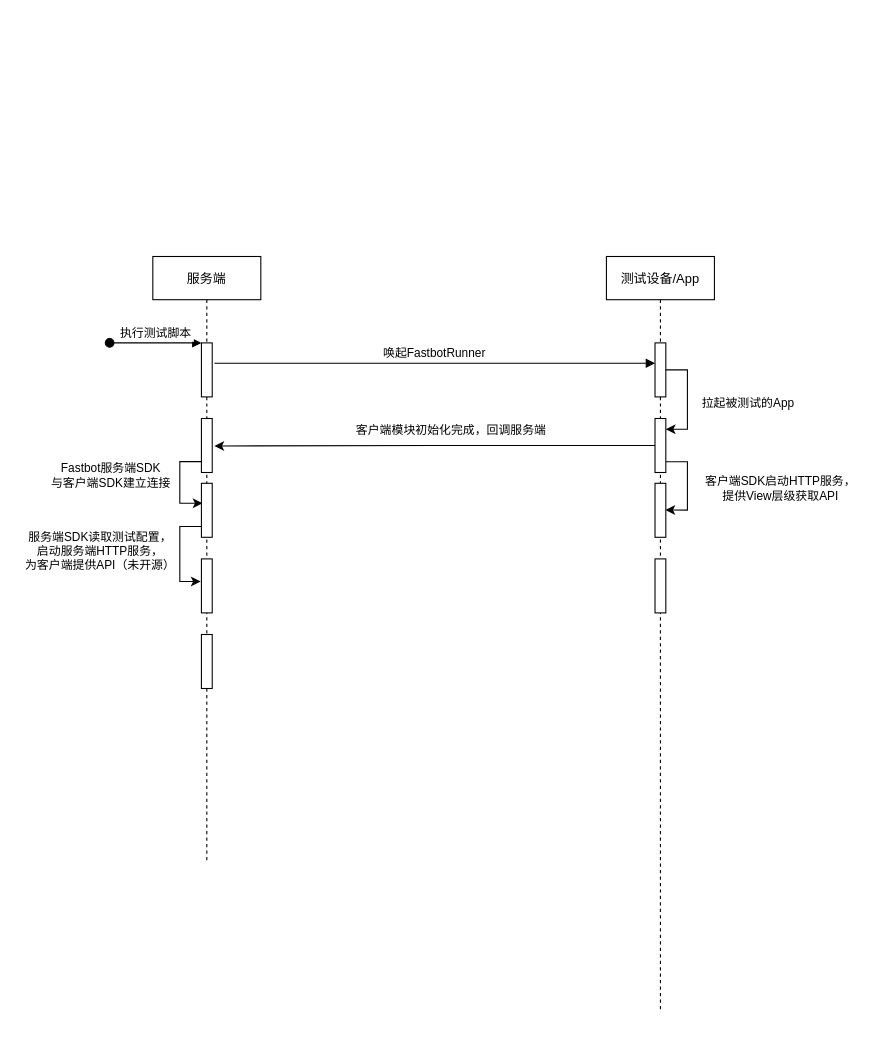
ginhoor/OnlineDocuments keeps this draw.io diagram as Doctor.Diagram.drawio. Above is the earlier version. Source tidied: cells renumbered, new cells numbered last; positions are measured from the earlier drawing's top-left corner, leaving out a move shared by most shapes. Both pictures are drawn from the tidied source at 108%, with x=0, y=0 at pixel (109, 256).
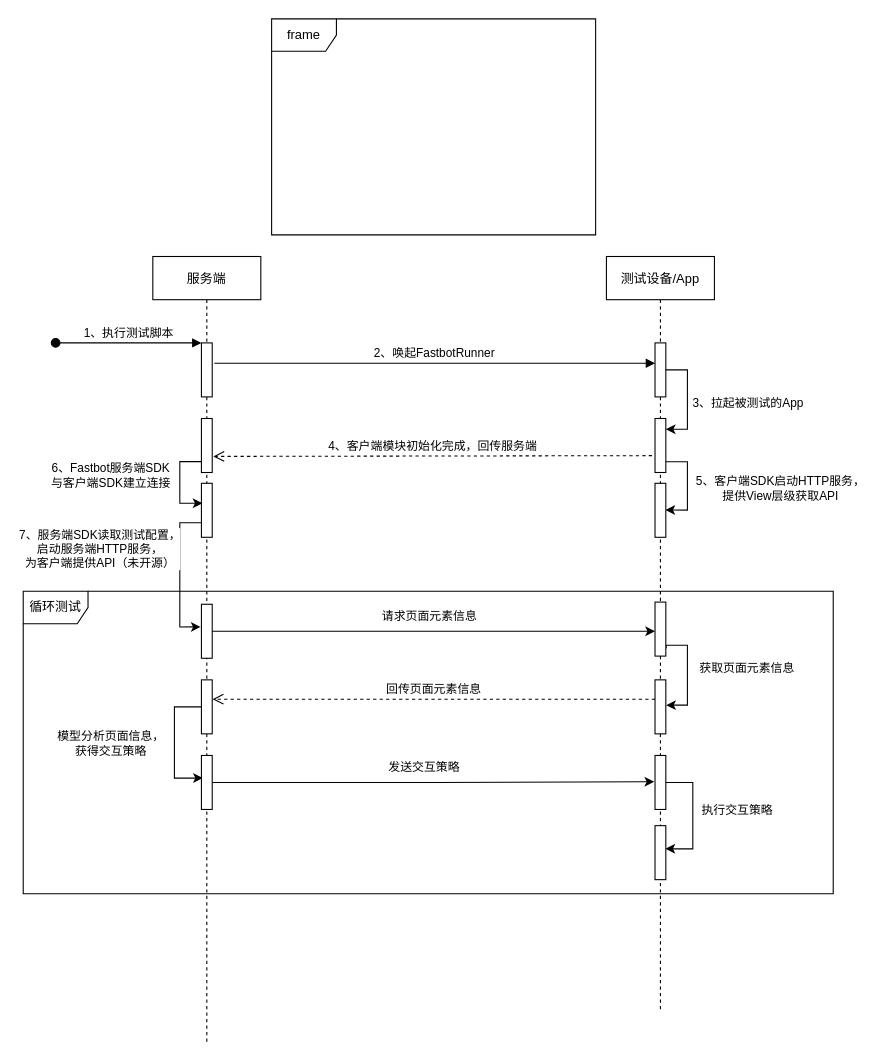
The same page after the edit.

Unchanged cells that the change refers to:
```xml
<mxCell id="3" style="points=[];perimeter=orthogonalPerimeter;rounded=0;shadow=0;strokeWidth=1;" parent="2" vertex="1">
  <mxGeometry x="45" y="80" width="10" height="50" as="geometry" />
</mxCell>
<mxCell id="5" style="edgeStyle=orthogonalEdgeStyle;rounded=0;jettySize=auto;html=1;entryX=0.1;entryY=0.508;entryDx=0;entryDy=0;entryPerimeter=0;exitX=-0.003;exitY=0.798;exitDx=0;exitDy=0;exitPerimeter=0;" parent="2" edge="1" source="7">
  <mxGeometry relative="1" as="geometry">
    <mxPoint x="46" y="228.4" as="targetPoint" />
    <Array as="points">
      <mxPoint x="25" y="190" />
      <mxPoint x="25" y="228" />
    </Array>
  </mxGeometry>
</mxCell>
<mxCell id="7" style="points=[];perimeter=orthogonalPerimeter;rounded=0;shadow=0;strokeWidth=1;" parent="2" vertex="1">
  <mxGeometry x="45" y="150" width="10" height="50" as="geometry" />
</mxCell>
<mxCell id="10" style="points=[];perimeter=orthogonalPerimeter;rounded=0;shadow=0;strokeWidth=1;" parent="2" vertex="1">
  <mxGeometry x="45" y="210" width="10" height="50" as="geometry" />
</mxCell>
<mxCell id="13" value="测试设备/App" style="shape=umlLifeline;perimeter=lifelinePerimeter;rounded=0;shadow=0;strokeWidth=1;" parent="1" vertex="1">
  <mxGeometry x="460" width="100" height="700" as="geometry" />
</mxCell>
<mxCell id="14" style="points=[];perimeter=orthogonalPerimeter;rounded=0;shadow=0;strokeWidth=1;" parent="13" vertex="1">
  <mxGeometry x="45" y="80" width="10" height="50" as="geometry" />
</mxCell>
<mxCell id="15" style="edgeStyle=orthogonalEdgeStyle;rounded=0;jettySize=auto;html=1;entryX=0.962;entryY=0.495;entryDx=0;entryDy=0;entryPerimeter=0;" parent="13" edge="1" source="17" target="20">
  <mxGeometry relative="1" as="geometry">
    <Array as="points">
      <mxPoint x="75" y="190" />
      <mxPoint x="75" y="235" />
    </Array>
  </mxGeometry>
</mxCell>
<mxCell id="17" style="points=[];perimeter=orthogonalPerimeter;rounded=0;shadow=0;strokeWidth=1;" parent="13" vertex="1">
  <mxGeometry x="45" y="150" width="10" height="50" as="geometry" />
</mxCell>
<mxCell id="18" style="edgeStyle=orthogonalEdgeStyle;rounded=0;jettySize=auto;html=1;" parent="13" edge="1" source="14" target="17">
  <mxGeometry relative="1" as="geometry">
    <Array as="points">
      <mxPoint x="75" y="105" />
      <mxPoint x="75" y="160" />
    </Array>
  </mxGeometry>
</mxCell>
```

What changed in the source:
```diff
@@
+    <mxCell id="25" value="循环测试" style="shape=umlFrame;whiteSpace=wrap;html=1;" parent="1" vertex="1">
+      <mxGeometry x="-80" y="310" width="750" height="280" as="geometry" />
+    </mxCell>
     <mxCell id="2" value="服务端" style="shape=umlLifeline;perimeter=lifelinePerimeter;rounded=0;shadow=0;strokeWidth=1;" parent="1" vertex="1">
-      <mxGeometry x="40" width="100" height="560" as="geometry" />
+      <mxGeometry x="40" width="100" height="730" as="geometry" />
     </mxCell>
@@
-    <mxCell id="4" value="执行测试脚本" style="verticalAlign=bottom;startArrow=oval;endArrow=block;startSize=8;shadow=0;strokeWidth=1;" parent="2" edge="1" target="3">
+    <mxCell id="4" value="1、执行测试脚本" style="verticalAlign=bottom;startArrow=oval;endArrow=block;startSize=8;shadow=0;strokeWidth=1;" parent="2" edge="1" target="3">
       <mxGeometry relative="1" as="geometry">
-        <mxPoint x="-40" y="80" as="sourcePoint" />
+        <mxPoint x="-90" y="80" as="sourcePoint" />
       </mxGeometry>
     </mxCell>
@@
-    <mxCell id="6" value="Fastbot服务端SDK&lt;br&gt;与客户端SDK建立连接" style="edgeLabel;html=1;align=center;verticalAlign=middle;" parent="5" vertex="1">
+    <mxCell id="6" value="6、Fastbot服务端SDK&lt;br&gt;与客户端SDK建立连接" style="edgeLabel;html=1;align=center;verticalAlign=middle;" parent="5" vertex="1">
       <mxGeometry x="0.08" y="1" relative="1" as="geometry">
         <mxPoint x="-66" y="-10" as="offset" />
       </mxGeometry>
     </mxCell>
@@
-    <mxCell id="8" style="edgeStyle=orthogonalEdgeStyle;rounded=0;jettySize=auto;html=1;entryX=-0.072;entryY=0.419;entryDx=0;entryDy=0;entryPerimeter=0;" parent="2" edge="1" source="10" target="11">
+    <mxCell id="8" style="edgeStyle=orthogonalEdgeStyle;rounded=0;jettySize=auto;html=1;entryX=-0.072;entryY=0.419;entryDx=0;entryDy=0;entryPerimeter=0;exitX=0.134;exitY=0.729;exitDx=0;exitDy=0;exitPerimeter=0;" parent="2" edge="1" source="10" target="11">
       <mxGeometry relative="1" as="geometry">
         <Array as="points">
-          <mxPoint x="25" y="250" />
-          <mxPoint x="25" y="301" />
+          <mxPoint x="25" y="247" />
+          <mxPoint x="25" y="343" />
         </Array>
       </mxGeometry>
     </mxCell>
-    <mxCell id="9" value="服务端SDK读取测试配置，&lt;br&gt;启动服务端HTTP服务，&lt;br&gt;为客户端提供API（未开源）" style="edgeLabel;html=1;align=center;verticalAlign=middle;" parent="8" vertex="1">
+    <mxCell id="9" value="7、服务端SDK读取测试配置，&lt;br&gt;启动服务端HTTP服务，&lt;br&gt;为客户端提供API（未开源）" style="edgeLabel;html=1;align=center;verticalAlign=middle;" parent="8" vertex="1">
       <mxGeometry x="-0.07" y="-1" relative="1" as="geometry">
-        <mxPoint x="-74" as="offset" />
+        <mxPoint x="-74" y="-19" as="offset" />
       </mxGeometry>
     </mxCell>
@@
     <mxCell id="11" style="points=[];perimeter=orthogonalPerimeter;rounded=0;shadow=0;strokeWidth=1;" parent="2" vertex="1">
-      <mxGeometry x="45" y="280" width="10" height="50" as="geometry" />
+      <mxGeometry x="45" y="322" width="10" height="50" as="geometry" />
     </mxCell>
+    <mxCell id="26" style="edgeStyle=orthogonalEdgeStyle;rounded=0;jettySize=auto;html=1;entryX=0.134;entryY=0.419;entryDx=0;entryDy=0;entryPerimeter=0;" parent="2" edge="1" source="12" target="28">
+      <mxGeometry relative="1" as="geometry">
+        <Array as="points">
+          <mxPoint x="20" y="417" />
+          <mxPoint x="20" y="483" />
+        </Array>
+      </mxGeometry>
+    </mxCell>
+    <mxCell id="27" value="模型分析页面信息，&lt;br&gt;获得交互策略" style="edgeLabel;html=1;align=center;verticalAlign=middle;" parent="26" vertex="1">
+      <mxGeometry x="-0.28" y="2" relative="1" as="geometry">
+        <mxPoint x="-62" y="16" as="offset" />
+      </mxGeometry>
+    </mxCell>
     <mxCell id="12" style="points=[];perimeter=orthogonalPerimeter;rounded=0;shadow=0;strokeWidth=1;" parent="2" vertex="1">
-      <mxGeometry x="45" y="350" width="10" height="50" as="geometry" />
+      <mxGeometry x="45" y="392" width="10" height="50" as="geometry" />
     </mxCell>
+    <mxCell id="28" style="points=[];perimeter=orthogonalPerimeter;rounded=0;shadow=0;strokeWidth=1;" parent="2" vertex="1">
+      <mxGeometry x="45" y="462" width="10" height="50" as="geometry" />
+    </mxCell>
@@
-    <mxCell id="16" value="客户端SDK启动HTTP服务，&lt;br&gt;提供View层级获取API" style="edgeLabel;html=1;align=center;verticalAlign=middle;" parent="15" vertex="1">
+    <mxCell id="16" value="5、客户端SDK启动HTTP服务，&lt;br&gt;提供View层级获取API" style="edgeLabel;html=1;align=center;verticalAlign=middle;" parent="15" vertex="1">
       <mxGeometry x="0.24" y="-2" relative="1" as="geometry">
         <mxPoint x="87" y="-9" as="offset" />
       </mxGeometry>
     </mxCell>
@@
-    <mxCell id="19" value="拉起被测试的App" style="edgeLabel;html=1;align=center;verticalAlign=middle;" parent="18" vertex="1">
+    <mxCell id="19" value="3、拉起被测试的App" style="edgeLabel;html=1;align=center;verticalAlign=middle;" parent="18" vertex="1">
       <mxGeometry x="0.35" relative="1" as="geometry">
         <mxPoint x="55" y="-14" as="offset" />
       </mxGeometry>
     </mxCell>
@@
+    <mxCell id="29" value="获取页面元素信息" style="edgeStyle=orthogonalEdgeStyle;rounded=0;jettySize=auto;html=1;entryX=1.031;entryY=0.468;entryDx=0;entryDy=0;entryPerimeter=0;exitX=1.031;exitY=0.853;exitDx=0;exitDy=0;exitPerimeter=0;" parent="13" edge="1" source="21" target="30">
+      <mxGeometry x="-0.12" y="55" relative="1" as="geometry">
+        <Array as="points">
+          <mxPoint x="55" y="360" />
+          <mxPoint x="75" y="360" />
+          <mxPoint x="75" y="415" />
+        </Array>
+      </mxGeometry>
+    </mxCell>
     <mxCell id="21" style="points=[];perimeter=orthogonalPerimeter;rounded=0;shadow=0;strokeWidth=1;" parent="13" vertex="1">
-      <mxGeometry x="45" y="280" width="10" height="50" as="geometry" />
+      <mxGeometry x="45" y="320" width="10" height="50" as="geometry" />
     </mxCell>
+    <mxCell id="30" style="points=[];perimeter=orthogonalPerimeter;rounded=0;shadow=0;strokeWidth=1;" parent="13" vertex="1">
+      <mxGeometry x="45" y="392" width="10" height="50" as="geometry" />
+    </mxCell>
+    <mxCell id="31" style="edgeStyle=orthogonalEdgeStyle;rounded=0;jettySize=auto;html=1;entryX=0.962;entryY=0.429;entryDx=0;entryDy=0;entryPerimeter=0;" parent="13" edge="1" source="33" target="34">
+      <mxGeometry relative="1" as="geometry">
+        <Array as="points">
+          <mxPoint x="80" y="487" />
+          <mxPoint x="80" y="548" />
+        </Array>
+      </mxGeometry>
+    </mxCell>
+    <mxCell id="32" value="执行交互策略" style="edgeLabel;html=1;align=center;verticalAlign=middle;" parent="31" vertex="1">
+      <mxGeometry x="-0.32" y="2" relative="1" as="geometry">
+        <mxPoint x="38" y="12" as="offset" />
+      </mxGeometry>
+    </mxCell>
+    <mxCell id="33" style="points=[];perimeter=orthogonalPerimeter;rounded=0;shadow=0;strokeWidth=1;" parent="13" vertex="1">
+      <mxGeometry x="45" y="462" width="10" height="50" as="geometry" />
+    </mxCell>
+    <mxCell id="34" style="points=[];perimeter=orthogonalPerimeter;rounded=0;shadow=0;strokeWidth=1;" parent="13" vertex="1">
+      <mxGeometry x="45" y="527" width="10" height="50" as="geometry" />
+    </mxCell>
-    <mxCell id="22" value="&#10;唤起FastbotRunner" style="verticalAlign=bottom;endArrow=block;shadow=0;strokeWidth=1;exitX=1.203;exitY=0.377;exitDx=0;exitDy=0;exitPerimeter=0;" parent="1" edge="1" source="3" target="14">
+    <mxCell id="22" value="2、唤起FastbotRunner" style="verticalAlign=bottom;endArrow=block;shadow=0;strokeWidth=1;exitX=1.203;exitY=0.377;exitDx=0;exitDy=0;exitPerimeter=0;" parent="1" edge="1" source="3" target="14">
       <mxGeometry relative="1" as="geometry" />
     </mxCell>
+    <mxCell id="35" style="edgeStyle=orthogonalEdgeStyle;rounded=0;jettySize=auto;html=1;" parent="1" edge="1" source="11">
+      <mxGeometry relative="1" as="geometry">
+        <mxPoint x="505" y="347" as="targetPoint" />
+      </mxGeometry>
+    </mxCell>
+    <mxCell id="36" value="请求页面元素信息" style="edgeLabel;html=1;align=center;verticalAlign=middle;" parent="35" vertex="1">
+      <mxGeometry x="0.16" y="-3" relative="1" as="geometry">
+        <mxPoint x="-37" y="-18" as="offset" />
+      </mxGeometry>
+    </mxCell>
+    <mxCell id="37" style="edgeStyle=orthogonalEdgeStyle;rounded=0;jettySize=auto;html=1;entryX=-0.072;entryY=0.488;entryDx=0;entryDy=0;entryPerimeter=0;" parent="1" edge="1" source="28" target="33">
+      <mxGeometry relative="1" as="geometry" />
+    </mxCell>
+    <mxCell id="38" value="发送交互策略" style="edgeLabel;html=1;align=center;verticalAlign=middle;" parent="37" vertex="1">
+      <mxGeometry x="-0.09" y="1" relative="1" as="geometry">
+        <mxPoint x="9" y="-14" as="offset" />
+      </mxGeometry>
+    </mxCell>
+    <mxCell id="39" value="frame" style="shape=umlFrame;whiteSpace=wrap;html=1;" parent="1" vertex="1">
+      <mxGeometry x="150" y="-220" width="300" height="200" as="geometry" />
+    </mxCell>
-    <mxCell id="23" style="edgeStyle=orthogonalEdgeStyle;rounded=0;jettySize=auto;html=1;entryX=1.203;entryY=0.508;entryDx=0;entryDy=0;entryPerimeter=0;" parent="1" edge="1" source="17" target="7">
+    <mxCell id="23" value="4、客户端模块初始化完成，回传服务端" style="html=1;verticalAlign=bottom;endArrow=open;dashed=1;endSize=8;rounded=0;exitX=-0.279;exitY=0.688;exitDx=0;exitDy=0;exitPerimeter=0;entryX=1.1;entryY=0.702;entryDx=0;entryDy=0;entryPerimeter=0;" parent="1" edge="1" source="17" target="7">
       <mxGeometry relative="1" as="geometry" />
     </mxCell>
-    <mxCell id="24" value="客户端模块初始化完成，回调服务端" style="edgeLabel;html=1;align=center;verticalAlign=middle;" parent="23" vertex="1">
-      <mxGeometry x="0.22" y="1" relative="1" as="geometry">
-        <mxPoint x="59" y="-16" as="offset" />
-      </mxGeometry>
-    </mxCell>
+    <mxCell id="40" value="回传页面元素信息" style="html=1;verticalAlign=bottom;endArrow=open;dashed=1;endSize=8;rounded=0;entryX=1.031;entryY=0.358;entryDx=0;entryDy=0;entryPerimeter=0;" parent="1" edge="1" source="30" target="12">
+      <mxGeometry relative="1" as="geometry" />
+    </mxCell>
```
